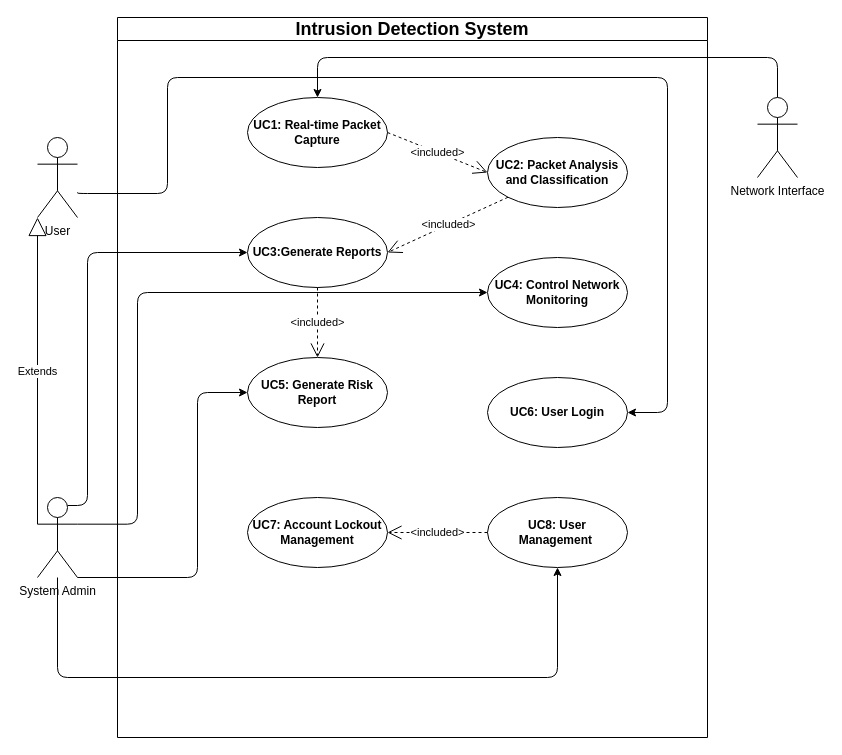
Earlier version of the draw.io diagram docs/diagrams/IDS_USECASE.drawio (NatiG7/simple_intrusion_handling_system). Source tidied: cells renumbered, new cells numbered last; positions are measured from the earlier drawing's top-left corner, leaving out a move shared by most shapes. Both pictures are drawn from the tidied source at 100%, with x=0, y=0 at pixel (37, 17).
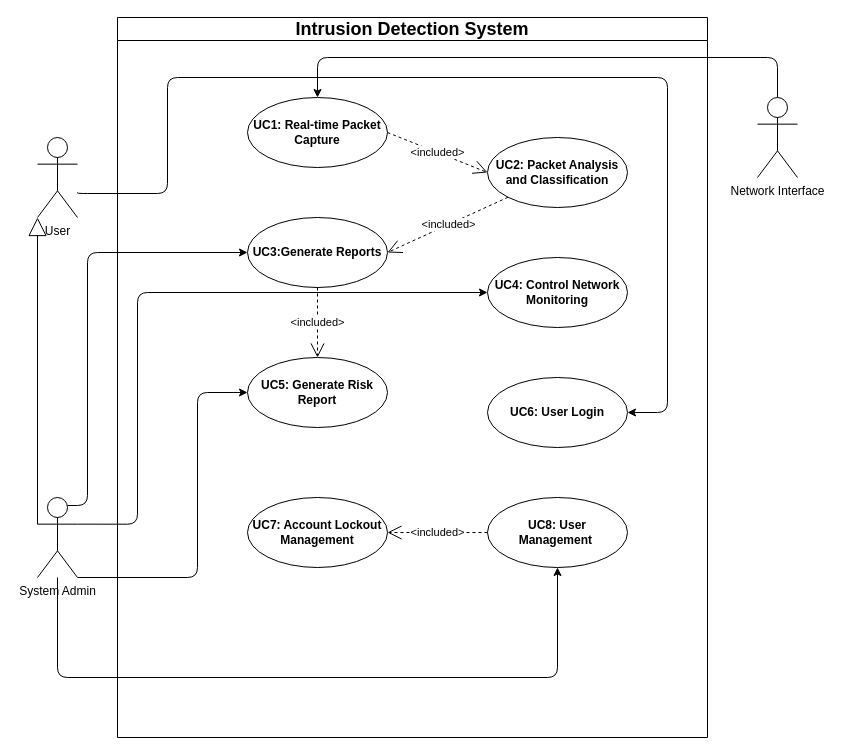
The same diagram, later.

Unchanged cells that the change refers to:
```xml
<mxCell id="17" value="User" style="shape=umlActor;verticalLabelPosition=bottom;verticalAlign=top;html=1;outlineConnect=0;" parent="1" vertex="1">
  <mxGeometry y="120" width="40" height="80" as="geometry" />
</mxCell>
<mxCell id="20" value="System Admin" style="shape=umlActor;verticalLabelPosition=bottom;verticalAlign=top;html=1;outlineConnect=0;" parent="1" vertex="1">
  <mxGeometry y="480" width="40" height="80" as="geometry" />
</mxCell>
```

Diff of the diagram source:
```diff
@@
-    <mxCell id="23" value="Extends" style="endArrow=block;endSize=16;endFill=0;html=1;entryX=0;entryY=1;entryDx=0;entryDy=0;entryPerimeter=0;exitX=0;exitY=0.3333333333333333;exitDx=0;exitDy=0;exitPerimeter=0;" parent="1" edge="1" source="20" target="17">
+    <mxCell id="23" style="endArrow=block;endSize=16;endFill=0;html=1;entryX=0;entryY=1;entryDx=0;entryDy=0;entryPerimeter=0;exitX=0;exitY=0.3333333333333333;exitDx=0;exitDy=0;exitPerimeter=0;" parent="1" edge="1" source="20" target="17">
       <mxGeometry relative="1" as="geometry" />
     </mxCell>
```
